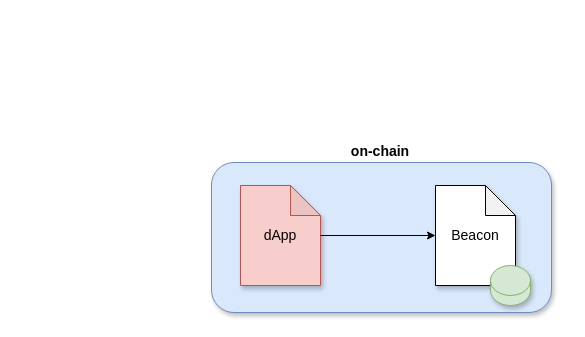
The draw.io diagram docs/beacon/v0.1/assets/diagrams/dapp-beacon.drawio in api3dao/old-api3-docs, before the edit. Source tidied: cells renumbered, new cells numbered last; positions are measured from the earlier drawing's top-left corner, leaving out a move shared by most shapes. Both pictures are drawn from the tidied source at 100%, with x=0, y=0 at pixel (211, 136). Pictures stored in the file or linked from it are replaced by grey dashed boxes.
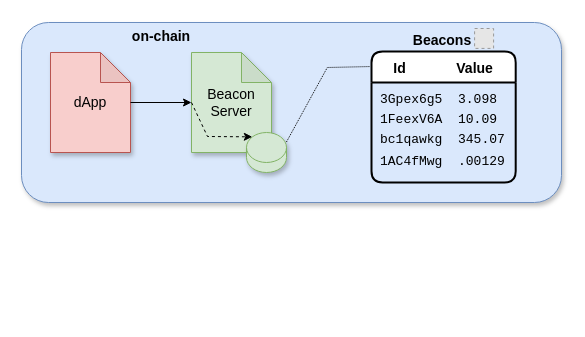
The same diagram, later.

The edit, as a diff of the source:
```diff
@@
 <mxGraphModel>
   <root>
     <mxCell id="0" />
     <mxCell id="1" parent="0" />
     <mxCell id="2" style="rounded=1;whiteSpace=wrap;html=1;shadow=1;fillColor=#dae8fc;strokeColor=#6c8ebf;" parent="1" vertex="1">
-      <mxGeometry y="26" width="340" height="150" as="geometry" />
+      <mxGeometry x="-190" y="-114" width="540" height="180" as="geometry" />
     </mxCell>
     <mxCell id="3" value="&lt;font style=&quot;font-size: 14px&quot;&gt;dApp&lt;/font&gt;" style="shape=note;whiteSpace=wrap;html=1;backgroundOutline=1;darkOpacity=0.05;shadow=1;fillColor=#f8cecc;strokeColor=#b85450;" parent="1" vertex="1">
-      <mxGeometry x="29" y="49" width="80" height="100" as="geometry" />
+      <mxGeometry x="-161" y="-84" width="80" height="100" as="geometry" />
     </mxCell>
-    <mxCell id="4" value="&lt;font style=&quot;font-size: 14px&quot;&gt;Beacon&lt;/font&gt;" style="shape=note;whiteSpace=wrap;html=1;backgroundOutline=1;darkOpacity=0.05;shadow=1;" parent="1" vertex="1">
-      <mxGeometry x="224" y="49" width="80" height="100" as="geometry" />
+    <mxCell id="4" value="&lt;font style=&quot;font-size: 14px&quot;&gt;Beacon&lt;br&gt;Server&lt;br&gt;&lt;/font&gt;" style="shape=note;whiteSpace=wrap;html=1;backgroundOutline=1;darkOpacity=0.05;shadow=1;fillColor=#d5e8d4;strokeColor=#82b366;" parent="1" vertex="1">
+      <mxGeometry x="-20" y="-84" width="80" height="100" as="geometry" />
     </mxCell>
     <mxCell id="5" style="endArrow=classic;html=1;rounded=0;fontSize=14;entryX=0;entryY=0.5;entryDx=0;entryDy=0;entryPerimeter=0;" parent="1" edge="1" source="3" target="4">
       <mxGeometry relative="1" as="geometry" />
     </mxCell>
     <mxCell id="6" style="shape=cylinder3;whiteSpace=wrap;html=1;boundedLbl=1;backgroundOutline=1;size=15;shadow=1;fontSize=14;fillColor=#d5e8d4;strokeColor=#82b366;" parent="1" vertex="1">
-      <mxGeometry x="279" y="129" width="40" height="40" as="geometry" />
+      <mxGeometry x="35" y="-4" width="40" height="40" as="geometry" />
     </mxCell>
     <mxCell id="7" value="&lt;b&gt;on-chain&lt;/b&gt;" style="text;html=1;strokeColor=none;fillColor=none;align=center;verticalAlign=middle;whiteSpace=wrap;rounded=0;shadow=1;fontSize=14;" parent="1" vertex="1">
-      <mxGeometry x="119" width="100" height="30" as="geometry" />
+      <mxGeometry x="-100" y="-115" width="100" height="30" as="geometry" />
     </mxCell>
+    <mxCell id="8" style="endArrow=classic;html=1;rounded=0;dashed=1;exitX=0;exitY=0.5;exitDx=0;exitDy=0;exitPerimeter=0;entryX=0.145;entryY=0;entryDx=0;entryDy=4.35;entryPerimeter=0;" parent="1" edge="1" source="4" target="6">
+      <mxGeometry relative="1" as="geometry">
+        <Array as="points">
+          <mxPoint x="-4" />
+        </Array>
+      </mxGeometry>
+    </mxCell>
+    <mxCell id="9" value="Id             Value" style="swimlane;horizontal=1;startSize=31;rounded=1;fontSize=14;fontStyle=1;strokeWidth=2;shadow=0;dashed=0;align=center;arcSize=12;" parent="1" vertex="1">
+      <mxGeometry x="160" y="-85" width="144.2" height="131" as="geometry" />
+    </mxCell>
+    <mxCell id="10" style="endArrow=none;html=1;rounded=0;fontSize=14;exitX=0.855;exitY=0;exitDx=0;exitDy=4.35;exitPerimeter=0;entryX=-0.01;entryY=0.115;entryDx=0;entryDy=0;entryPerimeter=0;dashed=1;dashPattern=1 1;endFill=0;" parent="1" edge="1" target="9">
+      <mxGeometry relative="1" as="geometry">
+        <mxPoint x="75" y="5.4" as="sourcePoint" />
+        <Array as="points">
+          <mxPoint x="115.8" y="-69" />
+        </Array>
+      </mxGeometry>
+    </mxCell>
+    <mxCell id="11" value="&lt;font face=&quot;Helvetica&quot; style=&quot;font-size: 14px&quot;&gt;&lt;b&gt;Beacons&lt;/b&gt;&lt;/font&gt;" style="text;html=1;strokeColor=none;fillColor=none;align=center;verticalAlign=middle;whiteSpace=wrap;rounded=0;fontFamily=Courier New;" parent="1" vertex="1">
+      <mxGeometry x="201.1" y="-111" width="60" height="30" as="geometry" />
+    </mxCell>
+    <mxCell id="12" value="&lt;span style=&quot;font-size: 13px&quot;&gt;3Gpex6g5&amp;nbsp; 3.098&lt;/span&gt;" style="text;html=1;strokeColor=none;fillColor=none;align=left;verticalAlign=middle;whiteSpace=wrap;rounded=0;fontFamily=Courier New;" parent="1" vertex="1">
+      <mxGeometry x="166.6" y="-47" width="129" height="20" as="geometry" />
+    </mxCell>
+    <mxCell id="13" value="&lt;span style=&quot;font-size: 13px;&quot;&gt;1FeexV6A&amp;nbsp; 10.09&lt;/span&gt;" style="text;html=1;strokeColor=none;fillColor=none;align=left;verticalAlign=middle;whiteSpace=wrap;rounded=0;fontFamily=Courier New;" parent="1" vertex="1">
+      <mxGeometry x="166.6" y="-27" width="129" height="20" as="geometry" />
+    </mxCell>
+    <mxCell id="14" value="&lt;span style=&quot;font-size: 13px;&quot;&gt;bc1qawkg&amp;nbsp; 345.07&lt;/span&gt;" style="text;html=1;strokeColor=none;fillColor=none;align=left;verticalAlign=middle;whiteSpace=wrap;rounded=0;fontFamily=Courier New;" parent="1" vertex="1">
+      <mxGeometry x="166.6" y="-7" width="129" height="20" as="geometry" />
+    </mxCell>
+    <mxCell id="15" value="&lt;span style=&quot;font-size: 13px;&quot;&gt;1AC4fMwg&amp;nbsp; .00129&lt;/span&gt;" style="text;html=1;strokeColor=none;fillColor=none;align=left;verticalAlign=middle;whiteSpace=wrap;rounded=0;fontFamily=Courier New;" parent="1" vertex="1">
+      <mxGeometry x="166.6" y="13" width="129" height="23" as="geometry" />
+    </mxCell>
+    <mxCell id="16" style="fillColor=#E6E6E6;strokeColor=#999999;dashed=1;verticalLabelPosition=bottom;labelBackgroundColor=#ffffff;verticalAlign=top;" parent="1" vertex="1">
+      <mxGeometry x="263.1" y="-108" width="19" height="19.9" as="geometry" />
+    </mxCell>
   </root>
 </mxGraphModel>
```
